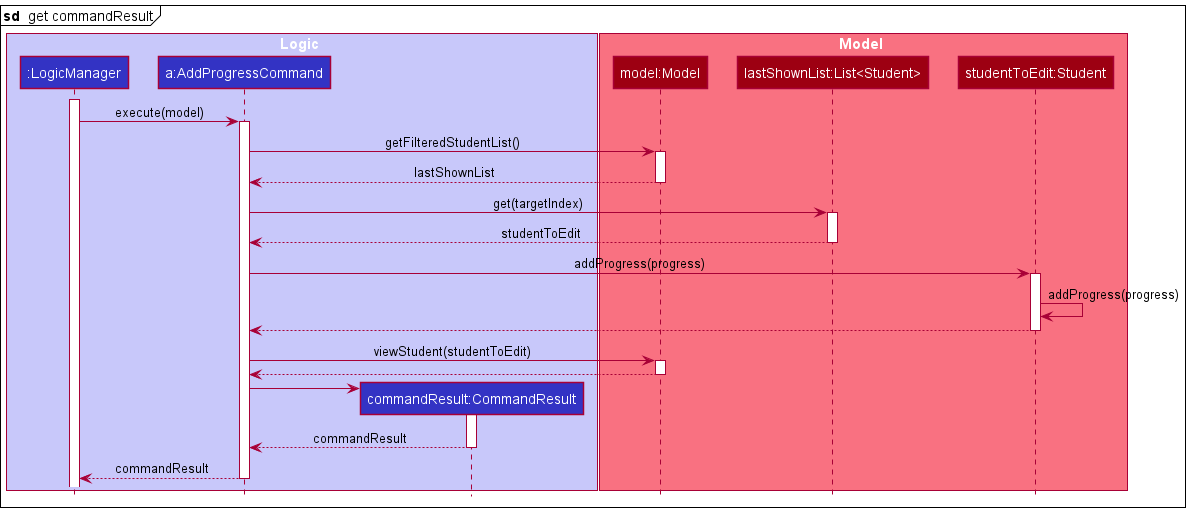
Before: docs/images/GetStudentToAddProgressSequenceDiagram.png, a diagram exported from PlantUML (nus-cs2103-AY2122S1/tp).
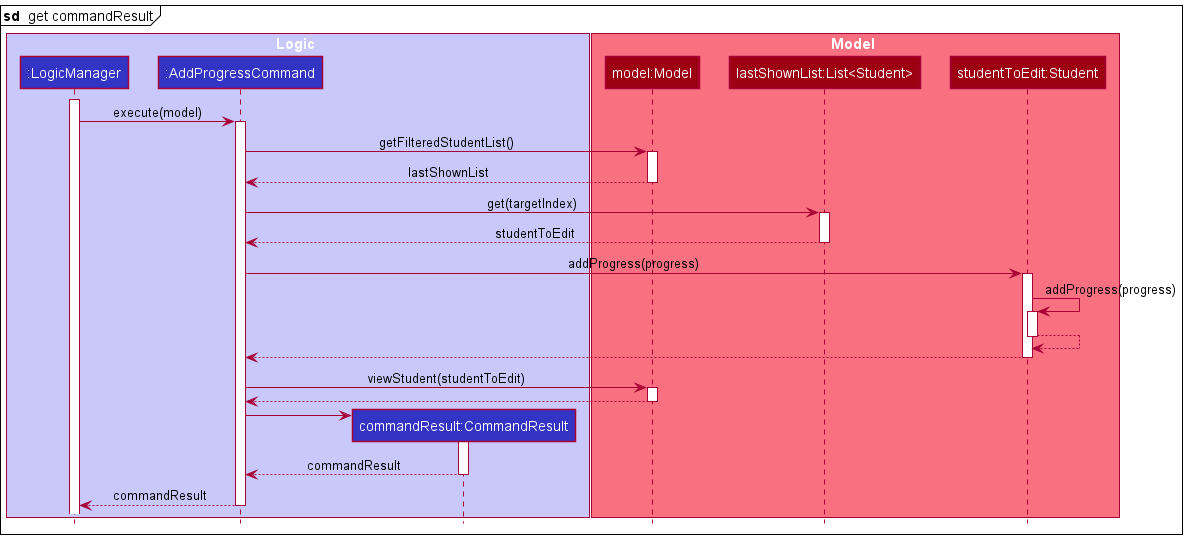
The same file after the commit.

The edit, as a diff of the source:
```diff
@@ -5,7 +5,7 @@
 
 box Logic LOGIC_COLOR_T1
 participant ":LogicManager" as LogicManager LOGIC_COLOR
-participant "a:AddProgressCommand" as AddProgressCommand LOGIC_COLOR
+participant ":AddProgressCommand" as AddProgressCommand LOGIC_COLOR
 participant "commandResult:CommandResult" as CommandResult LOGIC_COLOR
 end box
 
@@ -36,6 +36,10 @@
 activate Student
 
 Student -> Student : addProgress(progress)
+activate Student
+Student --> Student
+deactivate Student
+
 Student --> AddProgressCommand
 deactivate Student
 
```
